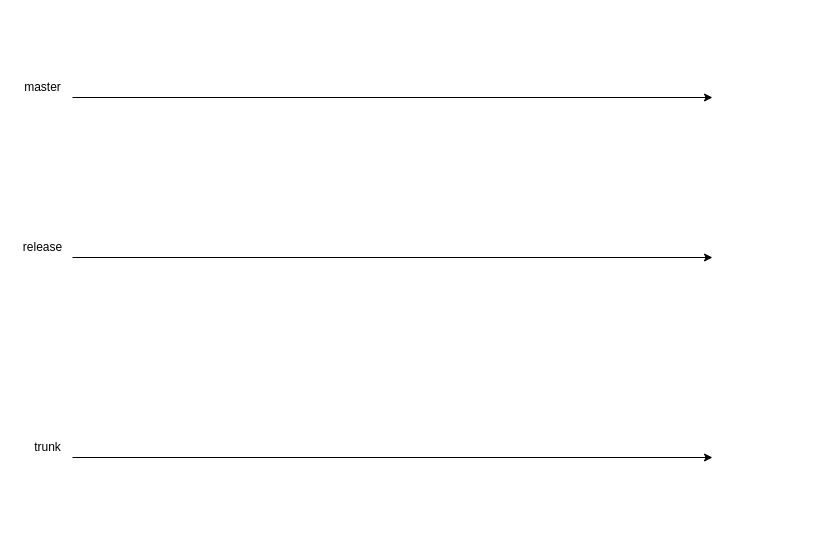
TheoTT/tools keeps this draw.io diagram as Untitled Diagram.drawio. Above is the earlier version. Source tidied: cells renumbered, new cells numbered last; positions are measured from the earlier drawing's top-left corner, leaving out a move shared by most shapes. Both pictures are drawn from the tidied source at 100%, with x=0, y=0 at pixel (17, 77).
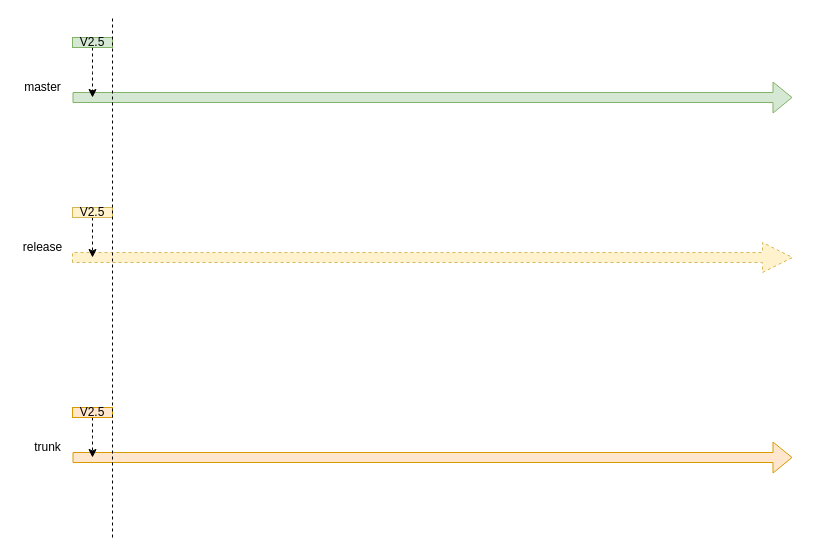
The same diagram, later.

The edit, as a diff of the source:
```diff
@@
-    <mxCell id="2" style="endArrow=classic;html=1;rounded=0;" parent="1" edge="1">
+    <mxCell id="2" style="endArrow=classic;html=1;rounded=0;shape=flexArrow;fillColor=#d5e8d4;strokeColor=#82b366;" parent="1" edge="1">
       <mxGeometry relative="1" as="geometry">
         <mxPoint x="55" y="20" as="sourcePoint" />
-        <mxPoint x="695" y="20" as="targetPoint" />
+        <mxPoint x="775" y="20" as="targetPoint" />
       </mxGeometry>
     </mxCell>
@@
-    <mxCell id="4" style="endArrow=classic;html=1;rounded=0;" parent="1" edge="1">
+    <mxCell id="4" style="endArrow=classic;html=1;rounded=0;shape=arrow;dashed=1;fillColor=#fff2cc;strokeColor=#d6b656;" parent="1" edge="1">
       <mxGeometry relative="1" as="geometry">
         <mxPoint x="55" y="180" as="sourcePoint" />
-        <mxPoint x="695" y="180" as="targetPoint" />
+        <mxPoint x="775" y="180" as="targetPoint" />
       </mxGeometry>
     </mxCell>
@@
-    <mxCell id="6" style="endArrow=classic;html=1;rounded=0;" parent="1" edge="1">
+    <mxCell id="6" style="endArrow=classic;html=1;rounded=0;shape=flexArrow;fillColor=#ffe6cc;strokeColor=#d79b00;" parent="1" edge="1">
       <mxGeometry relative="1" as="geometry">
         <mxPoint x="55" y="380" as="sourcePoint" />
-        <mxPoint x="695" y="380" as="targetPoint" />
+        <mxPoint x="775" y="380" as="targetPoint" />
       </mxGeometry>
     </mxCell>
@@
+    <mxCell id="8" style="edgeStyle=orthogonalEdgeStyle;rounded=0;jettySize=auto;html=1;exitX=0.5;exitY=1;exitDx=0;exitDy=0;dashed=1;" parent="1" edge="1" source="9">
+      <mxGeometry relative="1" as="geometry">
+        <mxPoint x="75" y="20" as="targetPoint" />
+      </mxGeometry>
+    </mxCell>
+    <mxCell id="9" value="V2.5" style="rounded=0;whiteSpace=wrap;html=1;fillColor=#d5e8d4;strokeColor=#82b366;" parent="1" vertex="1">
+      <mxGeometry x="55" y="-40" width="40" height="10" as="geometry" />
+    </mxCell>
+    <mxCell id="10" style="edgeStyle=orthogonalEdgeStyle;rounded=0;jettySize=auto;html=1;dashed=1;" parent="1" edge="1" source="11">
+      <mxGeometry relative="1" as="geometry">
+        <mxPoint x="75" y="180" as="targetPoint" />
+      </mxGeometry>
+    </mxCell>
+    <mxCell id="11" value="V2.5" style="rounded=0;whiteSpace=wrap;html=1;fillColor=#fff2cc;strokeColor=#d6b656;" parent="1" vertex="1">
+      <mxGeometry x="55" y="130" width="40" height="10" as="geometry" />
+    </mxCell>
+    <mxCell id="12" style="edgeStyle=orthogonalEdgeStyle;rounded=0;jettySize=auto;html=1;dashed=1;" parent="1" edge="1" source="13">
+      <mxGeometry relative="1" as="geometry">
+        <mxPoint x="75" y="380" as="targetPoint" />
+      </mxGeometry>
+    </mxCell>
+    <mxCell id="13" value="V2.5" style="rounded=0;whiteSpace=wrap;html=1;fillColor=#ffe6cc;strokeColor=#d79b00;" parent="1" vertex="1">
+      <mxGeometry x="55" y="330" width="40" height="10" as="geometry" />
+    </mxCell>
+    <mxCell id="14" style="endArrow=none;html=1;rounded=0;dashed=1;" parent="1" edge="1">
+      <mxGeometry relative="1" as="geometry">
+        <mxPoint x="95" y="460" as="sourcePoint" />
+        <mxPoint x="95" y="-60" as="targetPoint" />
+      </mxGeometry>
+    </mxCell>
```
